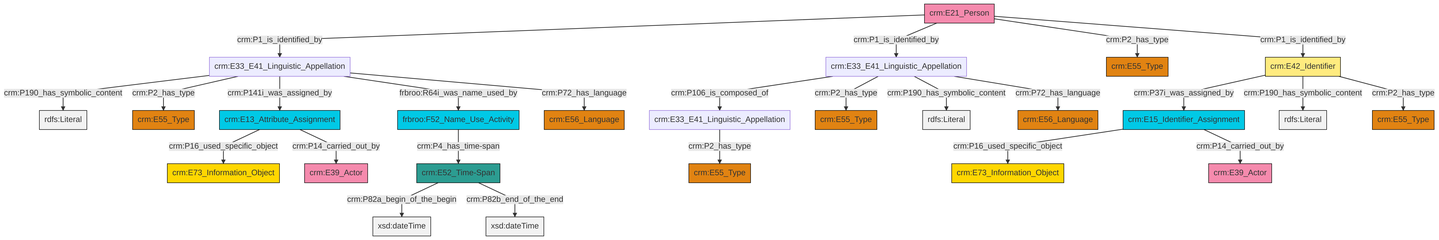
Before: et/personCSV/ttl/mmd/png/Person_Names_and_Classification.png, a diagram exported from Mermaid (swiss-art-research-net/reference-data-models). Its source is kept beside it as et/personCSV/ttl/mmd/Person_Names_and_Classification.ttl.mmd.
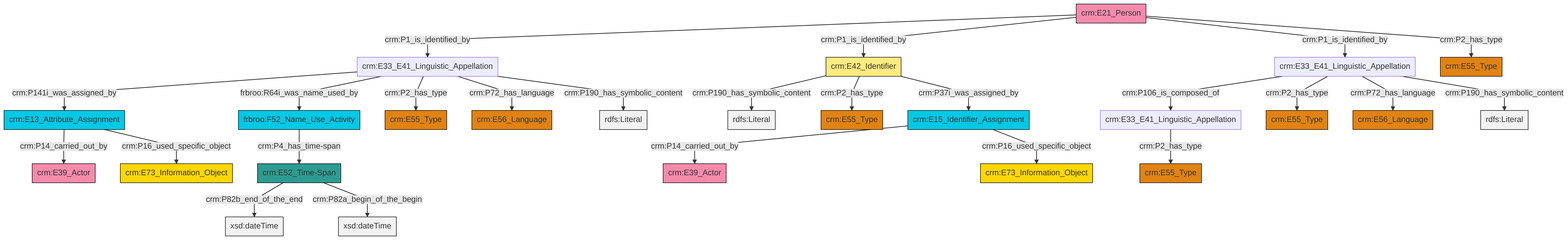
Later version of the same file.

What changed in the source:
```diff
@@ -13,27 +13,27 @@
 classDef PC_Classes fill:#4ce600, stroke:#000000;
 classDef Multi fill:#cccccc,stroke:#000000;
 
-0["crm:E42_Identifier"]:::Appellation -->|crm:P37i_was_assigned_by| 1["crm:E15_Identifier_Assignment"]:::Temporal_Entity
-4["crm:E33_E41_Linguistic_Appellation"]:::Default -->|crm:P106_is_composed_of| 5["crm:E33_E41_Linguistic_Appellation"]:::Default
-4["crm:E33_E41_Linguistic_Appellation"]:::Default -->|crm:P2_has_type| 6["crm:E55_Type"]:::Type
-7["crm:E13_Attribute_Assignment"]:::Temporal_Entity -->|crm:P16_used_specific_object| 8["crm:E73_Information_Object"]:::Conceptual_Object
-10["crm:E21_Person"]:::Actor -->|crm:P1_is_identified_by| 11["crm:E33_E41_Linguistic_Appellation"]:::Default
-1["crm:E15_Identifier_Assignment"]:::Temporal_Entity -->|crm:P16_used_specific_object| 2["crm:E73_Information_Object"]:::Conceptual_Object
-11["crm:E33_E41_Linguistic_Appellation"]:::Default -->|crm:P190_has_symbolic_content| 14[rdfs:Literal]:::Literal
-11["crm:E33_E41_Linguistic_Appellation"]:::Default -->|crm:P2_has_type| 16["crm:E55_Type"]:::Type
-0["crm:E42_Identifier"]:::Appellation -->|crm:P190_has_symbolic_content| 18[rdfs:Literal]:::Literal
-11["crm:E33_E41_Linguistic_Appellation"]:::Default -->|crm:P141i_was_assigned_by| 7["crm:E13_Attribute_Assignment"]:::Temporal_Entity
-0["crm:E42_Identifier"]:::Appellation -->|crm:P2_has_type| 24["crm:E55_Type"]:::Type
-11["crm:E33_E41_Linguistic_Appellation"]:::Default -->|frbroo:R64i_was_name_used_by| 25["frbroo:F52_Name_Use_Activity"]:::Temporal_Entity
-11["crm:E33_E41_Linguistic_Appellation"]:::Default -->|crm:P72_has_language| 27["crm:E56_Language"]:::Type
-7["crm:E13_Attribute_Assignment"]:::Temporal_Entity -->|crm:P14_carried_out_by| 21["crm:E39_Actor"]:::Actor
-4["crm:E33_E41_Linguistic_Appellation"]:::Default -->|crm:P190_has_symbolic_content| 36[rdfs:Literal]:::Literal
-37["crm:E52_Time-Span"]:::Time-Span -->|crm:P82a_begin_of_the_begin| 38[xsd:dateTime]:::Literal
-1["crm:E15_Identifier_Assignment"]:::Temporal_Entity -->|crm:P14_carried_out_by| 12["crm:E39_Actor"]:::Actor
-10["crm:E21_Person"]:::Actor -->|crm:P1_is_identified_by| 4["crm:E33_E41_Linguistic_Appellation"]:::Default
-10["crm:E21_Person"]:::Actor -->|crm:P2_has_type| 39["crm:E55_Type"]:::Type
-10["crm:E21_Person"]:::Actor -->|crm:P1_is_identified_by| 0["crm:E42_Identifier"]:::Appellation
-4["crm:E33_E41_Linguistic_Appellation"]:::Default -->|crm:P72_has_language| 29["crm:E56_Language"]:::Type
-25["frbroo:F52_Name_Use_Activity"]:::Temporal_Entity -->|crm:P4_has_time-span| 37["crm:E52_Time-Span"]:::Time-Span
-5["crm:E33_E41_Linguistic_Appellation"]:::Default -->|crm:P2_has_type| 34["crm:E55_Type"]:::Type
-37["crm:E52_Time-Span"]:::Time-Span -->|crm:P82b_end_of_the_end| 46[xsd:dateTime]:::Literal
+2["crm:E33_E41_Linguistic_Appellation"]:::Default -->|crm:P106_is_composed_of| 3["crm:E33_E41_Linguistic_Appellation"]:::Default
+0["crm:E33_E41_Linguistic_Appellation"]:::Default -->|crm:P141i_was_assigned_by| 4["crm:E13_Attribute_Assignment"]:::Temporal_Entity
+3["crm:E33_E41_Linguistic_Appellation"]:::Default -->|crm:P2_has_type| 5["crm:E55_Type"]:::Type
+7["crm:E21_Person"]:::Actor -->|crm:P1_is_identified_by| 0["crm:E33_E41_Linguistic_Appellation"]:::Default
+2["crm:E33_E41_Linguistic_Appellation"]:::Default -->|crm:P2_has_type| 8["crm:E55_Type"]:::Type
+0["crm:E33_E41_Linguistic_Appellation"]:::Default -->|frbroo:R64i_was_name_used_by| 11["frbroo:F52_Name_Use_Activity"]:::Temporal_Entity
+4["crm:E13_Attribute_Assignment"]:::Temporal_Entity -->|crm:P14_carried_out_by| 9["crm:E39_Actor"]:::Actor
+4["crm:E13_Attribute_Assignment"]:::Temporal_Entity -->|crm:P16_used_specific_object| 15["crm:E73_Information_Object"]:::Conceptual_Object
+12["crm:E15_Identifier_Assignment"]:::Temporal_Entity -->|crm:P14_carried_out_by| 16["crm:E39_Actor"]:::Actor
+11["frbroo:F52_Name_Use_Activity"]:::Temporal_Entity -->|crm:P4_has_time-span| 17["crm:E52_Time-Span"]:::Time-Span
+2["crm:E33_E41_Linguistic_Appellation"]:::Default -->|crm:P72_has_language| 18["crm:E56_Language"]:::Type
+7["crm:E21_Person"]:::Actor -->|crm:P1_is_identified_by| 19["crm:E42_Identifier"]:::Appellation
+0["crm:E33_E41_Linguistic_Appellation"]:::Default -->|crm:P2_has_type| 20["crm:E55_Type"]:::Type
+7["crm:E21_Person"]:::Actor -->|crm:P1_is_identified_by| 2["crm:E33_E41_Linguistic_Appellation"]:::Default
+17["crm:E52_Time-Span"]:::Time-Span -->|crm:P82b_end_of_the_end| 21[xsd:dateTime]:::Literal
+0["crm:E33_E41_Linguistic_Appellation"]:::Default -->|crm:P72_has_language| 22["crm:E56_Language"]:::Type
+7["crm:E21_Person"]:::Actor -->|crm:P2_has_type| 23["crm:E55_Type"]:::Type
+2["crm:E33_E41_Linguistic_Appellation"]:::Default -->|crm:P190_has_symbolic_content| 25[rdfs:Literal]:::Literal
+19["crm:E42_Identifier"]:::Appellation -->|crm:P190_has_symbolic_content| 30[rdfs:Literal]:::Literal
+19["crm:E42_Identifier"]:::Appellation -->|crm:P2_has_type| 32["crm:E55_Type"]:::Type
+12["crm:E15_Identifier_Assignment"]:::Temporal_Entity -->|crm:P16_used_specific_object| 38["crm:E73_Information_Object"]:::Conceptual_Object
+17["crm:E52_Time-Span"]:::Time-Span -->|crm:P82a_begin_of_the_begin| 40[xsd:dateTime]:::Literal
+0["crm:E33_E41_Linguistic_Appellation"]:::Default -->|crm:P190_has_symbolic_content| 43[rdfs:Literal]:::Literal
+19["crm:E42_Identifier"]:::Appellation -->|crm:P37i_was_assigned_by| 12["crm:E15_Identifier_Assignment"]:::Temporal_Entity
```
